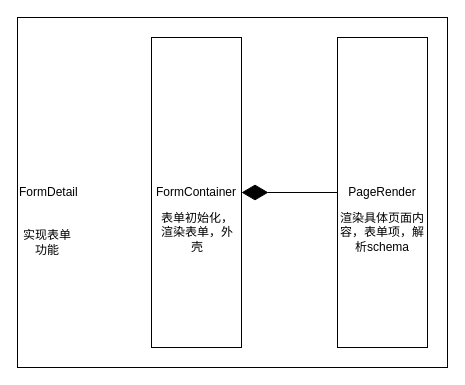
Before: 包含关系图.drawio in FoxJokerEila/-, a draw.io diagram. Source tidied: cells renumbered, new cells numbered last; positions are measured from the earlier drawing's top-left corner, leaving out a move shared by most shapes. Both pictures are drawn from the tidied source at 100%, with x=0, y=0 at pixel (17, 17).
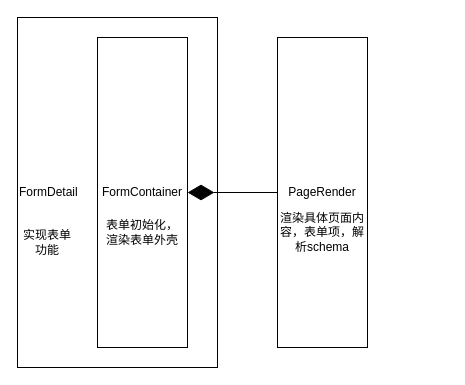
After the change.

Commit message (it also covers changes not shown here):
更新包含关系图.drawio

Change to the diagram source:
```diff
@@
 <mxGraphModel>
   <root>
     <mxCell id="0" />
     <mxCell id="1" parent="0" />
     <mxCell id="2" value="FormDetail" style="html=1;whiteSpace=wrap;align=left;" parent="1" vertex="1">
-      <mxGeometry width="430" height="350" as="geometry" />
+      <mxGeometry width="200" height="350" as="geometry" />
     </mxCell>
     <mxCell id="3" value="FormContainer" style="html=1;whiteSpace=wrap;align=center;" parent="1" vertex="1">
-      <mxGeometry x="134" y="20" width="90" height="310" as="geometry" />
+      <mxGeometry x="80" y="20" width="90" height="310" as="geometry" />
     </mxCell>
     <mxCell id="4" value="PageRender" style="html=1;whiteSpace=wrap;align=center;" parent="1" vertex="1">
-      <mxGeometry x="320" y="20" width="90" height="310" as="geometry" />
+      <mxGeometry x="260" y="20" width="90" height="310" as="geometry" />
     </mxCell>
     <mxCell id="5" value="实现表单功能" style="text;html=1;align=center;verticalAlign=middle;whiteSpace=wrap;rounded=0;" parent="1" vertex="1">
       <mxGeometry y="210" width="60" height="30" as="geometry" />
     </mxCell>
-    <mxCell id="6" value="表单初始化，渲染表单，外壳" style="text;html=1;align=center;verticalAlign=middle;whiteSpace=wrap;rounded=0;" parent="1" vertex="1">
-      <mxGeometry x="140" y="200" width="80" height="30" as="geometry" />
+    <mxCell id="6" value="表单初始化，渲染表单外壳" style="text;html=1;align=center;verticalAlign=middle;whiteSpace=wrap;rounded=0;" parent="1" vertex="1">
+      <mxGeometry x="85" y="200" width="80" height="30" as="geometry" />
     </mxCell>
     <mxCell id="7" style="endArrow=diamondThin;endFill=1;endSize=24;html=1;rounded=0;exitX=0;exitY=0.5;exitDx=0;exitDy=0;entryX=1;entryY=0.5;entryDx=0;entryDy=0;" parent="1" edge="1" source="4" target="3">
       <mxGeometry relative="1" as="geometry" />
     </mxCell>
     <mxCell id="8" value="渲染具体页面内容，表单项，解析schema" style="text;html=1;align=center;verticalAlign=middle;whiteSpace=wrap;rounded=0;" parent="1" vertex="1">
-      <mxGeometry x="320" y="200" width="90" height="30" as="geometry" />
+      <mxGeometry x="260" y="200" width="90" height="30" as="geometry" />
     </mxCell>
   </root>
 </mxGraphModel>
```
